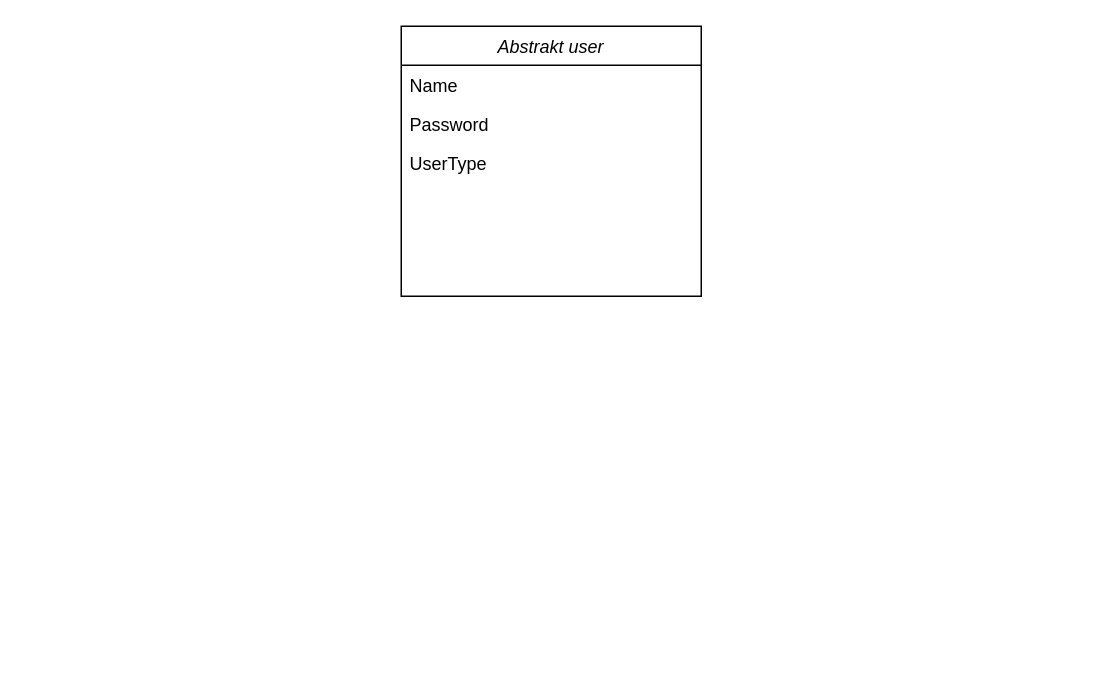
Before: MyFirstClassDiagram.drawio in Heimbrand/Classdiagram-labb3, a draw.io diagram. Source tidied: cells renumbered, new cells numbered last; positions are measured from the earlier drawing's top-left corner, leaving out a move shared by most shapes. Both pictures are drawn from the tidied source at 150%, with x=0, y=0 at pixel (400, 26).
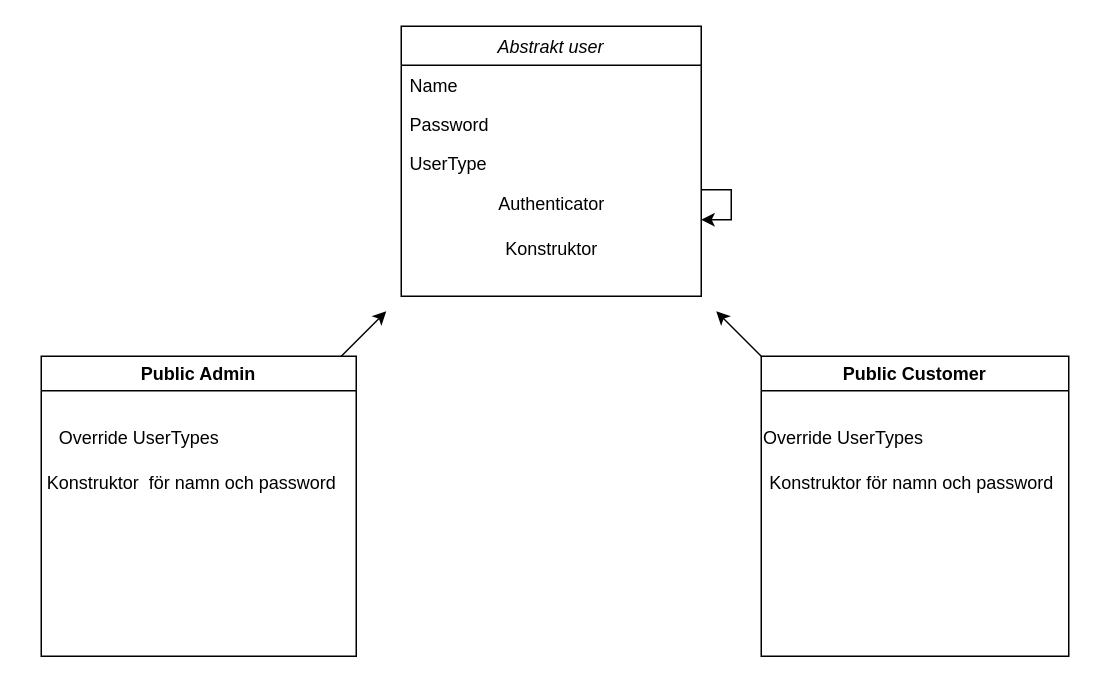
Above is the later version.

What changed in the source:
```diff
@@
 <mxGraphModel>
   <root>
     <mxCell id="0" />
     <mxCell id="1" parent="0" />
     <mxCell id="2" value="Abstrakt user" style="swimlane;fontStyle=2;align=center;verticalAlign=top;horizontal=1;startSize=26;rounded=0;shadow=0;strokeWidth=1;" parent="1" vertex="1">
       <mxGeometry width="200" height="180" as="geometry" />
     </mxCell>
     <mxCell id="3" value="Name" style="text;align=left;verticalAlign=top;spacingLeft=4;spacingRight=4;overflow=hidden;" parent="2" vertex="1">
       <mxGeometry y="26" width="200" height="26" as="geometry" />
     </mxCell>
     <mxCell id="4" value="Password" style="text;align=left;verticalAlign=top;spacingLeft=4;spacingRight=4;overflow=hidden;rounded=0;shadow=0;html=0;" parent="2" vertex="1">
       <mxGeometry y="52" width="200" height="26" as="geometry" />
     </mxCell>
     <mxCell id="5" value="UserType" style="text;align=left;verticalAlign=top;spacingLeft=4;spacingRight=4;overflow=hidden;rounded=0;shadow=0;html=0;" parent="2" vertex="1">
       <mxGeometry y="78" width="200" height="26" as="geometry" />
     </mxCell>
     <mxCell id="6" style="line;html=1;strokeWidth=1;align=left;verticalAlign=middle;spacingTop=-1;spacingLeft=3;spacingRight=3;labelPosition=right;" parent="2" vertex="1">
       <mxGeometry y="104" width="200" as="geometry" />
     </mxCell>
+    <mxCell id="7" style="edgeStyle=orthogonalEdgeStyle;rounded=0;orthogonalLoop=1;jettySize=auto;html=1;" parent="2" edge="1" source="8" target="8">
+      <mxGeometry relative="1" as="geometry" />
+    </mxCell>
+    <mxCell id="8" value="Authenticator" style="text;html=1;align=center;verticalAlign=middle;points=[];strokeColor=none;fillColor=none;" parent="2" vertex="1">
+      <mxGeometry y="104" width="200" height="30" as="geometry" />
+    </mxCell>
+    <mxCell id="9" value="Konstruktor" style="text;html=1;align=center;verticalAlign=middle;strokeColor=none;fillColor=none;" parent="2" vertex="1">
+      <mxGeometry y="134" width="200" height="30" as="geometry" />
+    </mxCell>
+    <mxCell id="10" value="Public Admin" style="swimlane;whiteSpace=wrap;html=1;" parent="1" vertex="1">
+      <mxGeometry x="-240" y="220" width="210" height="200" as="geometry" />
+    </mxCell>
+    <mxCell id="11" value="Override UserTypes" style="text;html=1;align=center;verticalAlign=middle;strokeColor=none;fillColor=none;" parent="10" vertex="1">
+      <mxGeometry y="40" width="130" height="30" as="geometry" />
+    </mxCell>
+    <mxCell id="12" value="Konstruktor&amp;nbsp; för namn och password" style="text;html=1;align=center;verticalAlign=middle;strokeColor=none;fillColor=none;" parent="10" vertex="1">
+      <mxGeometry x="-10" y="70" width="220" height="30" as="geometry" />
+    </mxCell>
+    <mxCell id="13" style="endArrow=classic;html=1;rounded=0;" parent="1" edge="1">
+      <mxGeometry relative="1" as="geometry">
+        <mxPoint x="-40" y="220" as="sourcePoint" />
+        <mxPoint x="-10" y="190" as="targetPoint" />
+      </mxGeometry>
+    </mxCell>
+    <mxCell id="14" value="Public Customer" style="swimlane;whiteSpace=wrap;html=1;" parent="1" vertex="1">
+      <mxGeometry x="240" y="220" width="205" height="200" as="geometry" />
+    </mxCell>
+    <mxCell id="15" value="Override UserTypes" style="text;html=1;strokeColor=none;fillColor=none;align=center;verticalAlign=middle;whiteSpace=wrap;rounded=0;" parent="14" vertex="1">
+      <mxGeometry y="40" width="110" height="30" as="geometry" />
+    </mxCell>
+    <mxCell id="16" value="Konstruktor för namn och password" style="text;html=1;align=center;verticalAlign=middle;strokeColor=none;fillColor=none;" parent="14" vertex="1">
+      <mxGeometry x="-5" y="70" width="210" height="30" as="geometry" />
+    </mxCell>
+    <mxCell id="17" style="endArrow=classic;html=1;rounded=0;" parent="1" edge="1">
+      <mxGeometry relative="1" as="geometry">
+        <mxPoint x="240" y="220" as="sourcePoint" />
+        <mxPoint x="210" y="190" as="targetPoint" />
+      </mxGeometry>
+    </mxCell>
   </root>
 </mxGraphModel>
```
